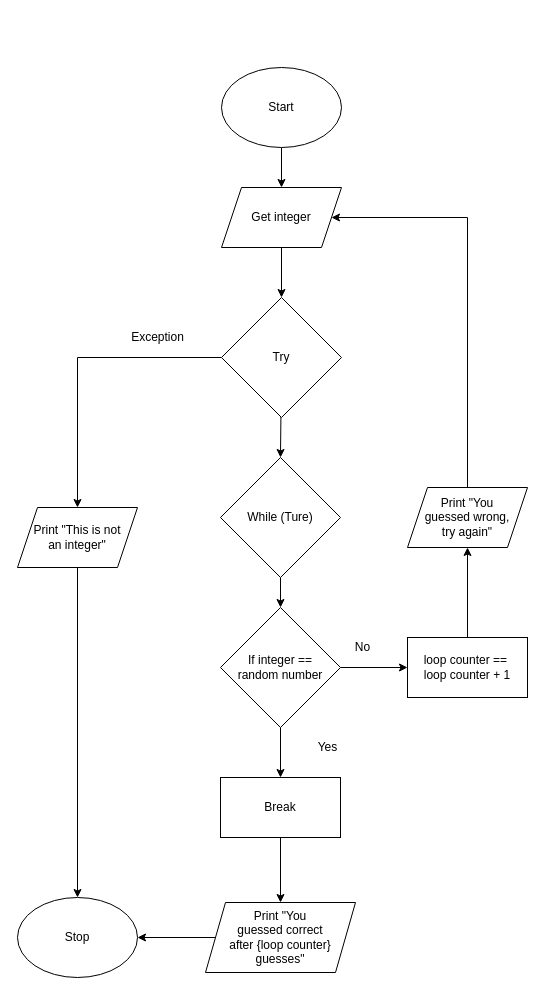
This is flowchart.drawio from Andrew-Ten-Den/ICS3U-Unit4-04-Python, a draw.io file, before an edit. Source tidied: cells renumbered, new cells numbered last; positions are measured from the earlier drawing's top-left corner, leaving out a move shared by most shapes. Both pictures are drawn from the tidied source at 100%, with x=0, y=0 at pixel (17, 67).
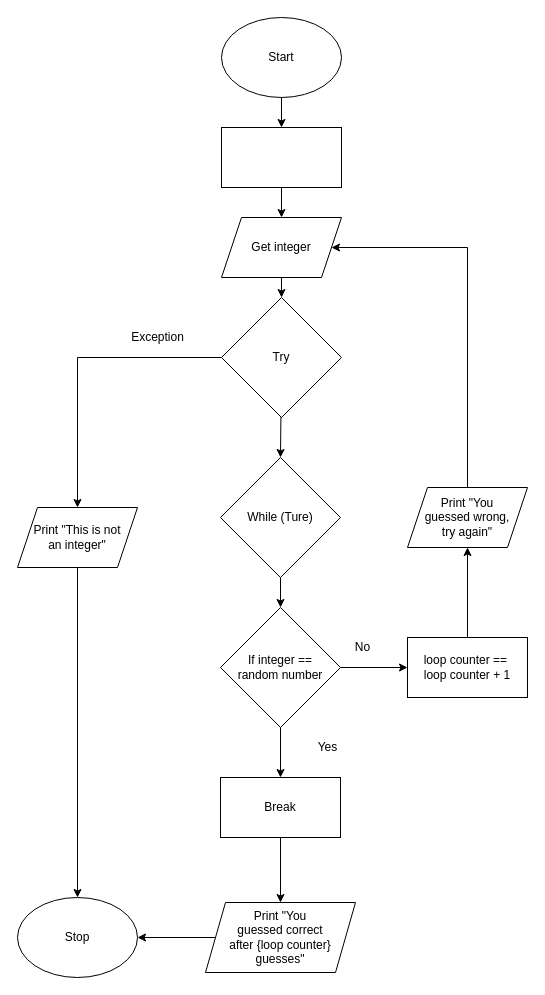
The same page after the edit.

The change refers to these unchanged cells:
```xml
<mxCell id="27" value="Print &quot;You&lt;br&gt;guessed wrong,&lt;br&gt;try again&quot;" style="shape=parallelogram;perimeter=parallelogramPerimeter;whiteSpace=wrap;html=1;fixedSize=1;" parent="1" vertex="1">
  <mxGeometry x="390" y="420" width="120" height="60" as="geometry" />
</mxCell>
```

Diff of the diagram source:
```diff
@@
-    <mxCell id="2" style="edgeStyle=none;html=1;entryX=0.5;entryY=0;entryDx=0;entryDy=0;" parent="1" edge="1" source="3" target="5">
-      <mxGeometry relative="1" as="geometry" />
-    </mxCell>
+    <mxCell id="28" style="edgeStyle=none;html=1;entryX=0.5;entryY=0;entryDx=0;entryDy=0;" parent="1" edge="1" source="3" target="30">
+      <mxGeometry relative="1" as="geometry" />
+    </mxCell>
     <mxCell id="3" value="Start" style="ellipse;whiteSpace=wrap;html=1;" parent="1" vertex="1">
-      <mxGeometry x="204" width="120" height="80" as="geometry" />
+      <mxGeometry x="204" y="-50" width="120" height="80" as="geometry" />
     </mxCell>
@@
     <mxCell id="5" value="Get integer" style="shape=parallelogram;perimeter=parallelogramPerimeter;whiteSpace=wrap;html=1;fixedSize=1;" parent="1" vertex="1">
-      <mxGeometry x="204" y="120" width="120" height="60" as="geometry" />
+      <mxGeometry x="204" y="150" width="120" height="60" as="geometry" />
     </mxCell>
@@
     <mxCell id="26" style="edgeStyle=none;html=1;entryX=1;entryY=0.5;entryDx=0;entryDy=0;rounded=0;" parent="1" edge="1" source="27" target="5">
       <mxGeometry relative="1" as="geometry">
         <Array as="points">
-          <mxPoint x="450" y="150" />
+          <mxPoint x="450" y="180" />
         </Array>
       </mxGeometry>
     </mxCell>
@@
+    <mxCell id="29" style="edgeStyle=none;html=1;entryX=0.5;entryY=0;entryDx=0;entryDy=0;" parent="1" edge="1" source="30" target="5">
+      <mxGeometry relative="1" as="geometry" />
+    </mxCell>
+    <mxCell id="30" style="rounded=0;whiteSpace=wrap;html=1;" parent="1" vertex="1">
+      <mxGeometry x="204" y="60" width="120" height="60" as="geometry" />
+    </mxCell>
```
